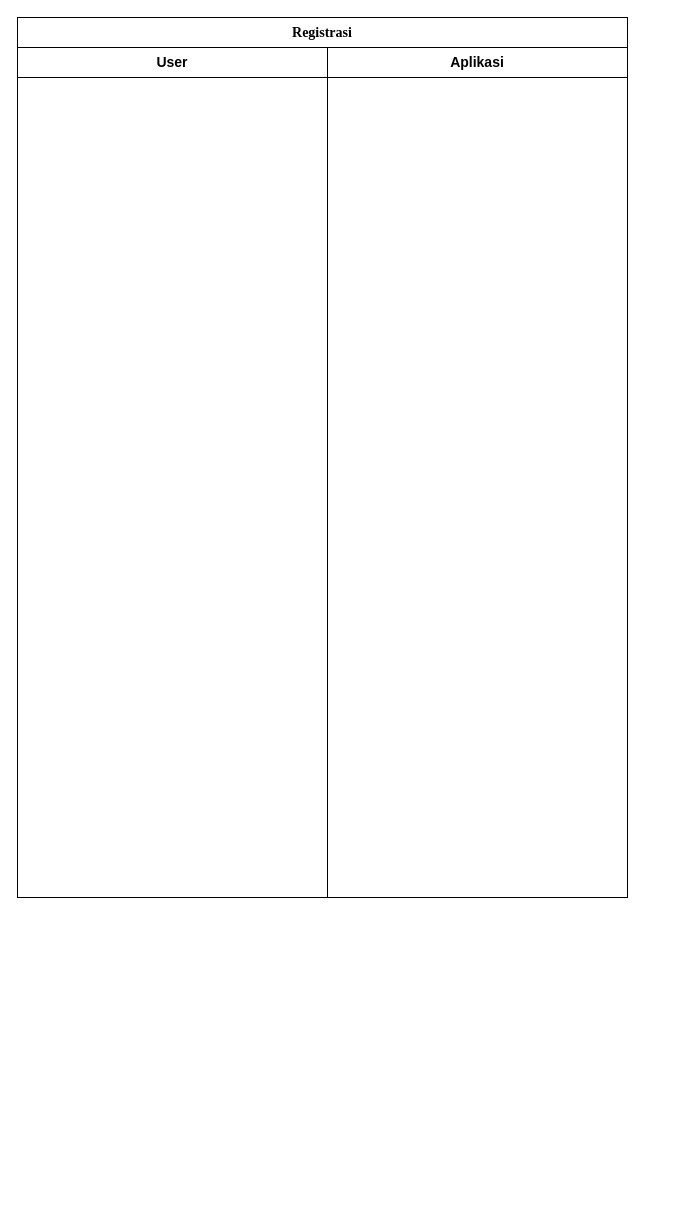
Earlier version of the draw.io diagram Untitled Diagram.drawio (befous44th/flowmap). Source tidied: cells renumbered, new cells numbered last; positions are measured from the earlier drawing's top-left corner, leaving out a move shared by most shapes. Both pictures are drawn from the tidied source at 100%, with x=0, y=0 at pixel (17, 17).
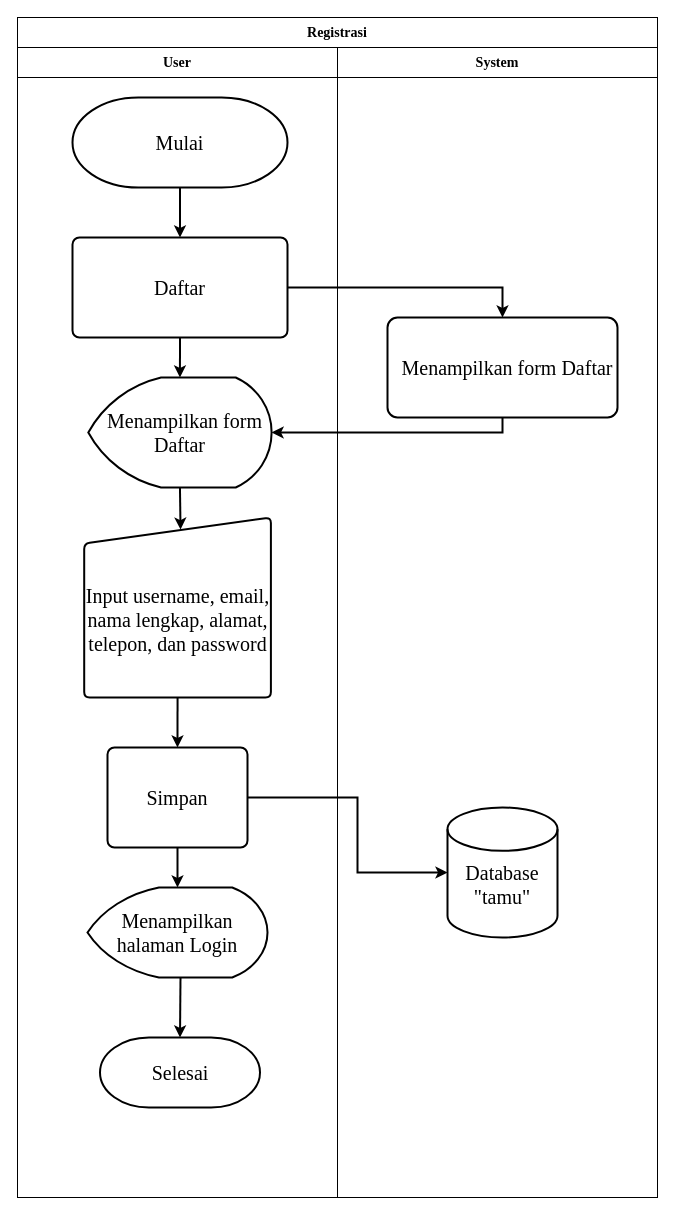
The same diagram, later.

Diff of the diagram source:
```diff
@@
     <mxCell id="2" style="rounded=0;whiteSpace=wrap;html=1;" parent="1" vertex="1">
-      <mxGeometry width="610" height="880" as="geometry" />
+      <mxGeometry width="640" height="1180" as="geometry" />
     </mxCell>
     <mxCell id="3" value="&lt;b style=&quot;font-size: 14px;&quot;&gt;&lt;font style=&quot;font-size: 14px;&quot; face=&quot;Times New Roman&quot;&gt;Registrasi&lt;/font&gt;&lt;/b&gt;" style="rounded=0;whiteSpace=wrap;html=1;fontSize=14;" parent="1" vertex="1">
-      <mxGeometry width="610" height="30" as="geometry" />
+      <mxGeometry width="640" height="30" as="geometry" />
     </mxCell>
-    <mxCell id="4" value="&lt;b&gt;User&lt;/b&gt;" style="rounded=0;whiteSpace=wrap;html=1;fontSize=14;" parent="1" vertex="1">
-      <mxGeometry y="30" width="310" height="30" as="geometry" />
+    <mxCell id="4" value="&lt;font style=&quot;font-size: 14px;&quot; face=&quot;Times New Roman&quot;&gt;&lt;b&gt;User&lt;/b&gt;&lt;/font&gt;" style="rounded=0;whiteSpace=wrap;html=1;fontSize=14;" parent="1" vertex="1">
+      <mxGeometry y="30" width="320" height="30" as="geometry" />
     </mxCell>
-    <mxCell id="5" value="&lt;b&gt;Aplikasi&lt;/b&gt;" style="rounded=0;whiteSpace=wrap;html=1;fontSize=14;" parent="1" vertex="1">
-      <mxGeometry x="310" y="30" width="300" height="30" as="geometry" />
+    <mxCell id="5" value="&lt;b&gt;&lt;font face=&quot;Times New Roman&quot;&gt;System&lt;/font&gt;&lt;/b&gt;" style="rounded=0;whiteSpace=wrap;html=1;fontSize=14;" parent="1" vertex="1">
+      <mxGeometry x="320" y="30" width="320" height="30" as="geometry" />
     </mxCell>
     <mxCell id="6" style="rounded=0;whiteSpace=wrap;html=1;fontFamily=Times New Roman;fontSize=14;" parent="1" vertex="1">
-      <mxGeometry y="60" width="310" height="820" as="geometry" />
+      <mxGeometry y="60" width="320" height="1120" as="geometry" />
     </mxCell>
+    <mxCell id="7" value="&amp;nbsp; Menampilkan form Daftar" style="strokeWidth=2;html=1;shape=mxgraph.flowchart.display;whiteSpace=wrap;fontFamily=Times New Roman;fontSize=20;" parent="1" vertex="1">
+      <mxGeometry x="70.8" y="360" width="183.3" height="110" as="geometry" />
+    </mxCell>
+    <mxCell id="8" value="&lt;div&gt;&lt;font style=&quot;font-size: 20px;&quot;&gt;&lt;br&gt;&lt;/font&gt;&lt;/div&gt;&lt;div&gt;&lt;font style=&quot;font-size: 20px;&quot;&gt;Input username, email, nama lengkap, alamat, telepon, dan password&lt;/font&gt;&lt;/div&gt;" style="html=1;strokeWidth=2;shape=manualInput;whiteSpace=wrap;rounded=1;size=26;arcSize=11;fontFamily=Times New Roman;fontSize=20;" parent="1" vertex="1">
+      <mxGeometry x="66.7" y="500" width="186.7" height="180" as="geometry" />
+    </mxCell>
+    <mxCell id="9" value="&amp;nbsp; Menampilkan form Daftar" style="rounded=1;whiteSpace=wrap;html=1;absoluteArcSize=1;arcSize=20;strokeWidth=2;fontFamily=Times New Roman;fontSize=20;" parent="1" vertex="1">
+      <mxGeometry x="370" y="300" width="230" height="100" as="geometry" />
+    </mxCell>
+    <mxCell id="10" value="Daftar" style="rounded=1;whiteSpace=wrap;html=1;absoluteArcSize=1;arcSize=14;strokeWidth=2;fontFamily=Times New Roman;fontSize=20;" parent="1" vertex="1">
+      <mxGeometry x="55" y="220" width="215" height="100" as="geometry" />
+    </mxCell>
+    <mxCell id="11" value="Mulai" style="strokeWidth=2;html=1;shape=mxgraph.flowchart.terminator;whiteSpace=wrap;fontFamily=Times New Roman;fontSize=20;" parent="1" vertex="1">
+      <mxGeometry x="55" y="80" width="215" height="90" as="geometry" />
+    </mxCell>
+    <mxCell id="12" value="Simpan" style="rounded=1;whiteSpace=wrap;html=1;absoluteArcSize=1;arcSize=14;strokeWidth=2;fontFamily=Times New Roman;fontSize=20;" parent="1" vertex="1">
+      <mxGeometry x="90" y="730" width="140" height="100" as="geometry" />
+    </mxCell>
+    <mxCell id="13" value="&lt;div&gt;&lt;br&gt;&lt;/div&gt;&lt;div&gt;Database &quot;tamu&quot;&lt;/div&gt;" style="strokeWidth=2;html=1;shape=mxgraph.flowchart.database;whiteSpace=wrap;fontFamily=Times New Roman;fontSize=20;" parent="1" vertex="1">
+      <mxGeometry x="430" y="790" width="110" height="130" as="geometry" />
+    </mxCell>
+    <mxCell id="14" value="Menampilkan halaman Login" style="strokeWidth=2;html=1;shape=mxgraph.flowchart.display;whiteSpace=wrap;fontFamily=Times New Roman;fontSize=20;" parent="1" vertex="1">
+      <mxGeometry x="70" y="870" width="180" height="90" as="geometry" />
+    </mxCell>
+    <mxCell id="15" value="Selesai" style="strokeWidth=2;html=1;shape=mxgraph.flowchart.terminator;whiteSpace=wrap;fontFamily=Times New Roman;fontSize=20;" parent="1" vertex="1">
+      <mxGeometry x="82.5" y="1020" width="160" height="70" as="geometry" />
+    </mxCell>
+    <mxCell id="16" style="endArrow=classic;html=1;rounded=0;fontFamily=Times New Roman;fontSize=20;exitX=0.5;exitY=1;exitDx=0;exitDy=0;entryX=0.5;entryY=0;entryDx=0;entryDy=0;entryPerimeter=0;strokeWidth=2;" parent="1" edge="1" source="10" target="7">
+      <mxGeometry relative="1" as="geometry" />
+    </mxCell>
+    <mxCell id="17" style="endArrow=classic;html=1;rounded=0;fontFamily=Times New Roman;fontSize=20;exitX=0.5;exitY=1;exitDx=0;exitDy=0;entryX=0.516;entryY=0.067;entryDx=0;entryDy=0;entryPerimeter=0;strokeWidth=2;exitPerimeter=0;" parent="1" edge="1" source="7" target="8">
+      <mxGeometry relative="1" as="geometry" />
+    </mxCell>
+    <mxCell id="18" style="endArrow=classic;html=1;rounded=0;fontFamily=Times New Roman;fontSize=20;strokeWidth=2;" parent="1" edge="1" source="11" target="10">
+      <mxGeometry relative="1" as="geometry" />
+    </mxCell>
+    <mxCell id="19" style="endArrow=classic;html=1;rounded=0;fontFamily=Times New Roman;fontSize=20;strokeWidth=2;exitX=0.5;exitY=1;exitDx=0;exitDy=0;entryX=0.5;entryY=0;entryDx=0;entryDy=0;" parent="1" edge="1" source="8" target="12">
+      <mxGeometry relative="1" as="geometry" />
+    </mxCell>
+    <mxCell id="20" style="endArrow=classic;html=1;rounded=0;fontFamily=Times New Roman;fontSize=20;strokeWidth=2;exitX=0.5;exitY=1;exitDx=0;exitDy=0;entryX=0.5;entryY=0;entryDx=0;entryDy=0;entryPerimeter=0;" parent="1" edge="1" source="12" target="14">
+      <mxGeometry relative="1" as="geometry" />
+    </mxCell>
+    <mxCell id="21" style="endArrow=classic;html=1;rounded=0;fontFamily=Times New Roman;fontSize=20;strokeWidth=2;entryX=0.5;entryY=0;entryDx=0;entryDy=0;entryPerimeter=0;" parent="1" edge="1" target="15">
+      <mxGeometry relative="1" as="geometry">
+        <mxPoint x="163" y="960" as="sourcePoint" />
+      </mxGeometry>
+    </mxCell>
+    <mxCell id="22" style="endArrow=classic;html=1;rounded=0;fontFamily=Times New Roman;fontSize=20;strokeWidth=2;exitX=1;exitY=0.5;exitDx=0;exitDy=0;" parent="1" edge="1" source="12" target="13">
+      <mxGeometry relative="1" as="geometry">
+        <Array as="points">
+          <mxPoint x="340" y="780" />
+          <mxPoint x="340" y="855" />
+        </Array>
+      </mxGeometry>
+    </mxCell>
+    <mxCell id="23" style="endArrow=classic;html=1;rounded=0;fontFamily=Times New Roman;fontSize=20;strokeWidth=2;exitX=1;exitY=0.5;exitDx=0;exitDy=0;entryX=0.5;entryY=0;entryDx=0;entryDy=0;" parent="1" edge="1" source="10" target="9">
+      <mxGeometry relative="1" as="geometry">
+        <Array as="points">
+          <mxPoint x="485" y="270" />
+        </Array>
+      </mxGeometry>
+    </mxCell>
+    <mxCell id="24" style="endArrow=classic;html=1;rounded=0;fontFamily=Times New Roman;fontSize=20;strokeWidth=2;exitX=0.5;exitY=1;exitDx=0;exitDy=0;entryX=1;entryY=0.5;entryDx=0;entryDy=0;entryPerimeter=0;" parent="1" edge="1" source="9" target="7">
+      <mxGeometry relative="1" as="geometry">
+        <Array as="points">
+          <mxPoint x="485" y="415" />
+        </Array>
+      </mxGeometry>
+    </mxCell>
```
